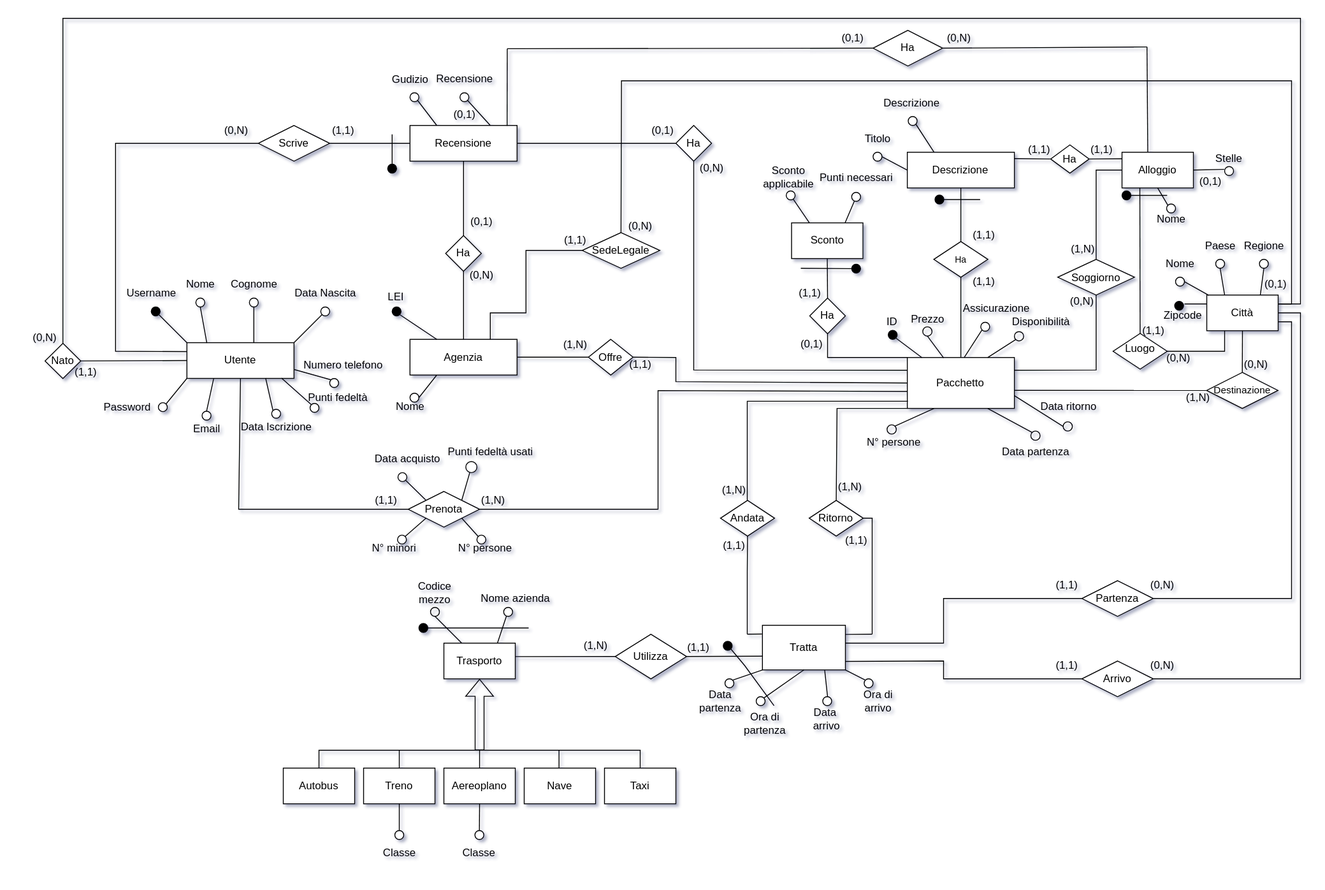
Earlier version of the draw.io export relazione/assets/ER_concettuale.svg (bustre/Easy-travel). Source tidied: cells renumbered, new cells last; positions are measured from the earlier drawing's top-left corner, leaving out a move shared by most shapes.
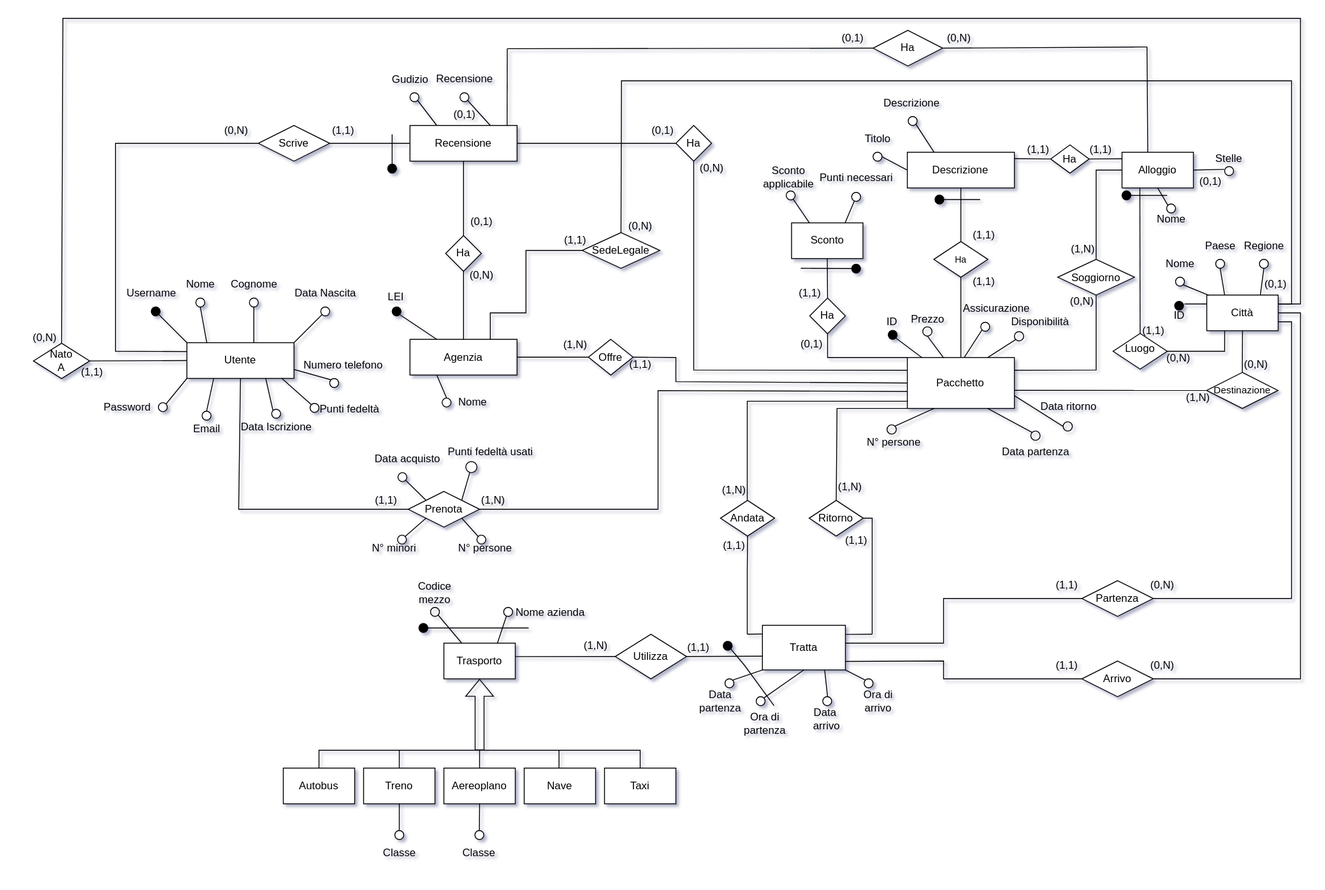
After the change.

What changed in the source:
```diff
@@ -135,7 +135,7 @@
     <mxCell id="44" value="Nome" style="text;html=1;align=center;verticalAlign=middle;strokeColor=none;fillColor=none;" parent="1" vertex="1">
       <mxGeometry x="1271.8" y="260" width="60" height="30" as="geometry" />
     </mxCell>
-    <mxCell id="45" style="endArrow=none;html=1;rounded=0;exitX=0.027;exitY=0.006;exitDx=0;exitDy=0;exitPerimeter=0;entryX=1;entryY=0.5;entryDx=0;entryDy=0;" parent="1" edge="1" source="39" target="43">
+    <mxCell id="45" style="endArrow=none;html=1;rounded=0;exitX=0.027;exitY=0.006;exitDx=0;exitDy=0;exitPerimeter=0;entryX=1;entryY=1;entryDx=0;entryDy=0;" parent="1" edge="1" source="39" target="43">
       <mxGeometry relative="1" as="geometry" />
     </mxCell>
     <mxCell id="46" style="ellipse;whiteSpace=wrap;html=1;" parent="1" vertex="1">
@@ -581,16 +581,16 @@
       </mxGeometry>
     </mxCell>
     <mxCell id="162" style="ellipse;whiteSpace=wrap;html=1;" parent="1" vertex="1">
-      <mxGeometry x="439" y="420" width="10" height="10" as="geometry" />
+      <mxGeometry x="475" y="425.4" width="10" height="10" as="geometry" />
     </mxCell>
     <mxCell id="163" value="Nome" style="text;html=1;align=center;verticalAlign=middle;strokeColor=none;fillColor=none;" parent="1" vertex="1">
-      <mxGeometry x="409" y="420.2" width="60" height="30" as="geometry" />
+      <mxGeometry x="479" y="415.4" width="60" height="30" as="geometry" />
     </mxCell>
-    <mxCell id="164" style="endArrow=none;html=1;rounded=0;exitX=0.25;exitY=1;exitDx=0;exitDy=0;entryX=1;entryY=0.5;entryDx=0;entryDy=0;" parent="1" edge="1" source="108" target="162">
+    <mxCell id="164" style="endArrow=none;html=1;rounded=0;exitX=0.25;exitY=1;exitDx=0;exitDy=0;entryX=0.5;entryY=0;entryDx=0;entryDy=0;" parent="1" edge="1" source="108" target="162">
       <mxGeometry relative="1" as="geometry" />
     </mxCell>
-    <mxCell id="165" value="Nato" style="rhombus;whiteSpace=wrap;html=1;" parent="1" vertex="1">
-      <mxGeometry x="30" y="364" width="40" height="39.6" as="geometry" />
+    <mxCell id="165" value="Nato&lt;br&gt;A" style="rhombus;whiteSpace=wrap;html=1;" parent="1" vertex="1">
+      <mxGeometry x="17" y="364" width="63" height="39.6" as="geometry" />
     </mxCell>
     <mxCell id="166" style="endArrow=none;html=1;rounded=0;exitX=1;exitY=0.5;exitDx=0;exitDy=0;entryX=0;entryY=0.5;entryDx=0;entryDy=0;" parent="1" edge="1" source="165" target="133">
       <mxGeometry relative="1" as="geometry" />
@@ -656,7 +656,7 @@
     <mxCell id="180" value="N° minori" style="text;html=1;align=center;verticalAlign=middle;strokeColor=none;fillColor=none;" parent="1" vertex="1">
       <mxGeometry x="386" y="579" width="70" height="30" as="geometry" />
     </mxCell>
-    <mxCell id="181" style="endArrow=none;html=1;rounded=0;exitX=0.25;exitY=0;exitDx=0;exitDy=0;entryX=0.5;entryY=1;entryDx=0;entryDy=0;" parent="1" edge="1" source="73" target="182">
+    <mxCell id="181" style="endArrow=none;html=1;rounded=0;exitX=0.25;exitY=0;exitDx=0;exitDy=0;entryX=1;entryY=1;entryDx=0;entryDy=0;" parent="1" edge="1" source="73" target="182">
       <mxGeometry relative="1" as="geometry" />
     </mxCell>
     <mxCell id="182" style="ellipse;whiteSpace=wrap;html=1;fillColor=none;" parent="1" vertex="1">
@@ -671,7 +671,7 @@
       </mxGeometry>
     </mxCell>
     <mxCell id="185" value="(1,1)" style="text;html=1;strokeColor=none;fillColor=none;align=center;verticalAlign=middle;whiteSpace=wrap;rounded=0;" parent="1" vertex="1">
-      <mxGeometry x="46" y="382.4" width="60" height="30" as="geometry" />
+      <mxGeometry x="53" y="382.4" width="60" height="30" as="geometry" />
     </mxCell>
     <mxCell id="186" style="ellipse;whiteSpace=wrap;html=1;" parent="1" vertex="1">
       <mxGeometry x="157" y="430.6" width="10" height="10" as="geometry" />
@@ -760,7 +760,7 @@
       <mxGeometry relative="1" as="geometry" />
     </mxCell>
     <mxCell id="212" value="Punti fedeltà" style="text;html=1;align=center;verticalAlign=middle;strokeColor=none;fillColor=none;" parent="1" vertex="1">
-      <mxGeometry x="313" y="410" width="90" height="30" as="geometry" />
+      <mxGeometry x="326" y="423" width="90" height="30" as="geometry" />
     </mxCell>
     <mxCell id="213" style="endArrow=none;html=1;rounded=0;exitX=1;exitY=0;exitDx=0;exitDy=0;entryX=0.358;entryY=0.987;entryDx=0;entryDy=0;entryPerimeter=0;" parent="1" edge="1" source="146" target="214">
       <mxGeometry relative="1" as="geometry" />
@@ -817,7 +817,7 @@
       <mxGeometry x="544" y="660" width="10" height="10" as="geometry" />
     </mxCell>
     <mxCell id="229" value="Nome azienda" style="text;html=1;align=center;verticalAlign=middle;strokeColor=none;fillColor=none;" parent="1" vertex="1">
-      <mxGeometry x="507" y="635" width="100" height="30" as="geometry" />
+      <mxGeometry x="546" y="651" width="100" height="30" as="geometry" />
     </mxCell>
     <mxCell id="230" style="ellipse;whiteSpace=wrap;html=1;" parent="1" vertex="1">
       <mxGeometry x="792" y="740" width="10" height="10" as="geometry" />
@@ -943,8 +943,8 @@
     <mxCell id="262" value="(0,1)" style="text;html=1;align=center;verticalAlign=middle;strokeColor=none;fillColor=none;" parent="1" vertex="1">
       <mxGeometry x="1384" y="283.4" width="50" height="30" as="geometry" />
     </mxCell>
-    <mxCell id="263" value="Zipcode" style="text;html=1;align=center;verticalAlign=middle;strokeColor=none;fillColor=none;" parent="1" vertex="1">
-      <mxGeometry x="1270" y="318.4" width="70" height="30" as="geometry" />
+    <mxCell id="263" value="ID" style="text;html=1;align=center;verticalAlign=middle;strokeColor=none;fillColor=none;" parent="1" vertex="1">
+      <mxGeometry x="1281" y="318.4" width="40" height="30" as="geometry" />
     </mxCell>
   </root>
 </mxGraphModel>
```
